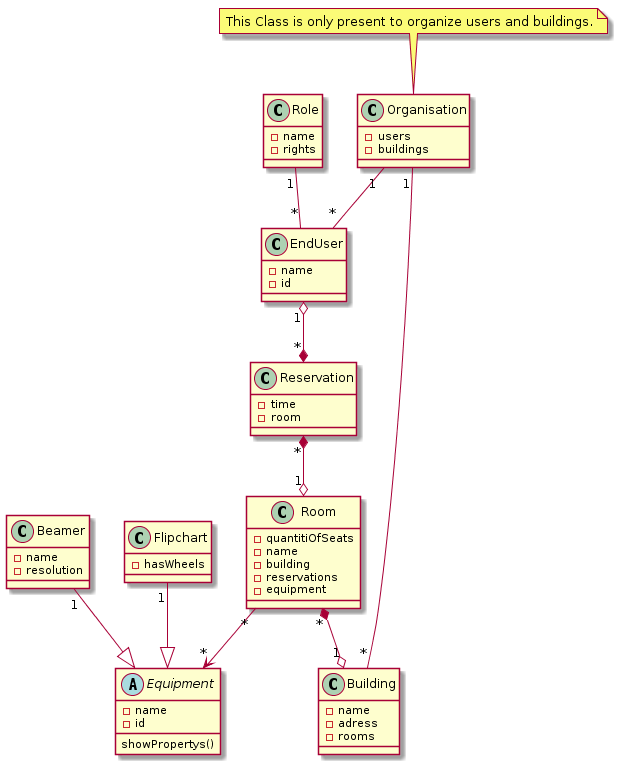
BFH-SoED-due1/white keeps this PlantUML diagram as doc/uml/ClassDiagram.png. Above is the earlier version.
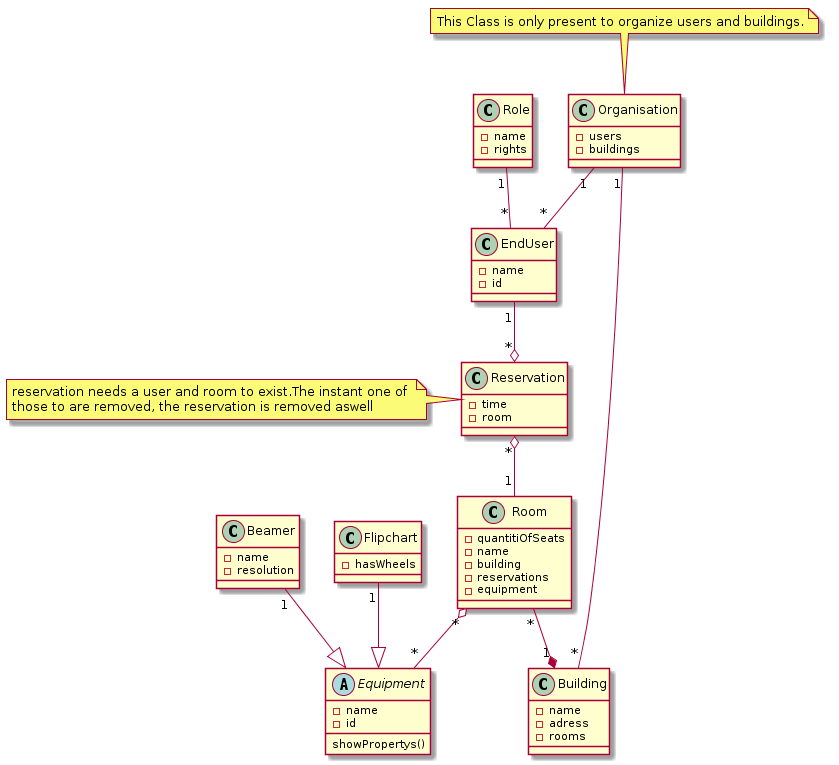
The same file after the commit.

What changed in the source:
```diff
@@ -32,6 +32,11 @@
 	-time
 	-room
 }
+note left
+	reservation needs a user and room to exist.The instant one of
+	those to are removed, the reservation is removed aswell
+end note
+
 Class Room{
 	-quantitiOfSeats
 	-name
@@ -46,10 +51,10 @@
 }
 
 Role "1" --" *" EndUser
-EndUser"1" o--* "*" Reservation
-Reservation "*" *--o "1" Room
-Room "*" *--o "1" Building
-Room "*" --> "*" Equipment
+EndUser"1" --o "*" Reservation
+Reservation "*" o-- "1" Room
+Room "*" --* "1" Building
+Room "*" o-- "*" Equipment
 Beamer "1" --|> Equipment
 Flipchart "1" --|> Equipment
 Organisation  "1" -- "*" EndUser
```
